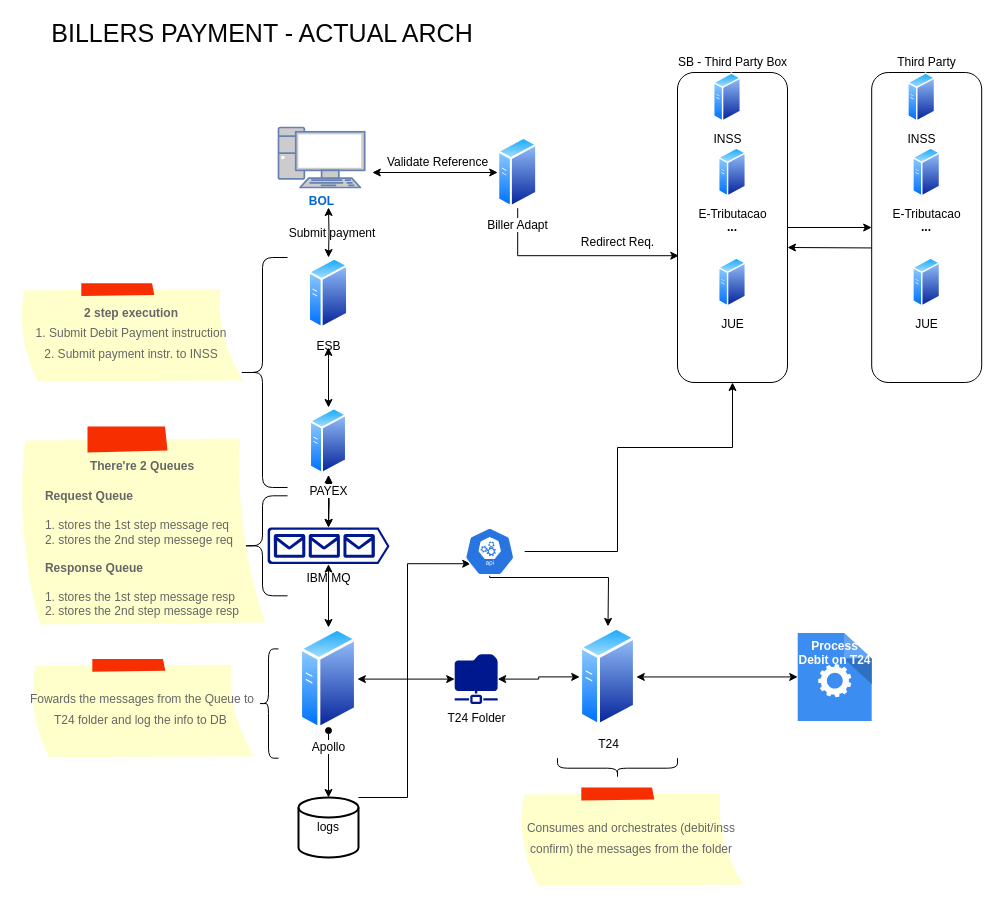
This is page "Actual Arch" (1 of 2) of Untitled Diagram.drawio from Klaucio/aula, a draw.io file, before an edit. Source tidied: cells renumbered, new cells numbered last; positions are measured from the earlier drawing's top-left corner, leaving out a move shared by most shapes. Both pictures are drawn from the tidied source at 100%, with x=0, y=0 at pixel (17, 17).
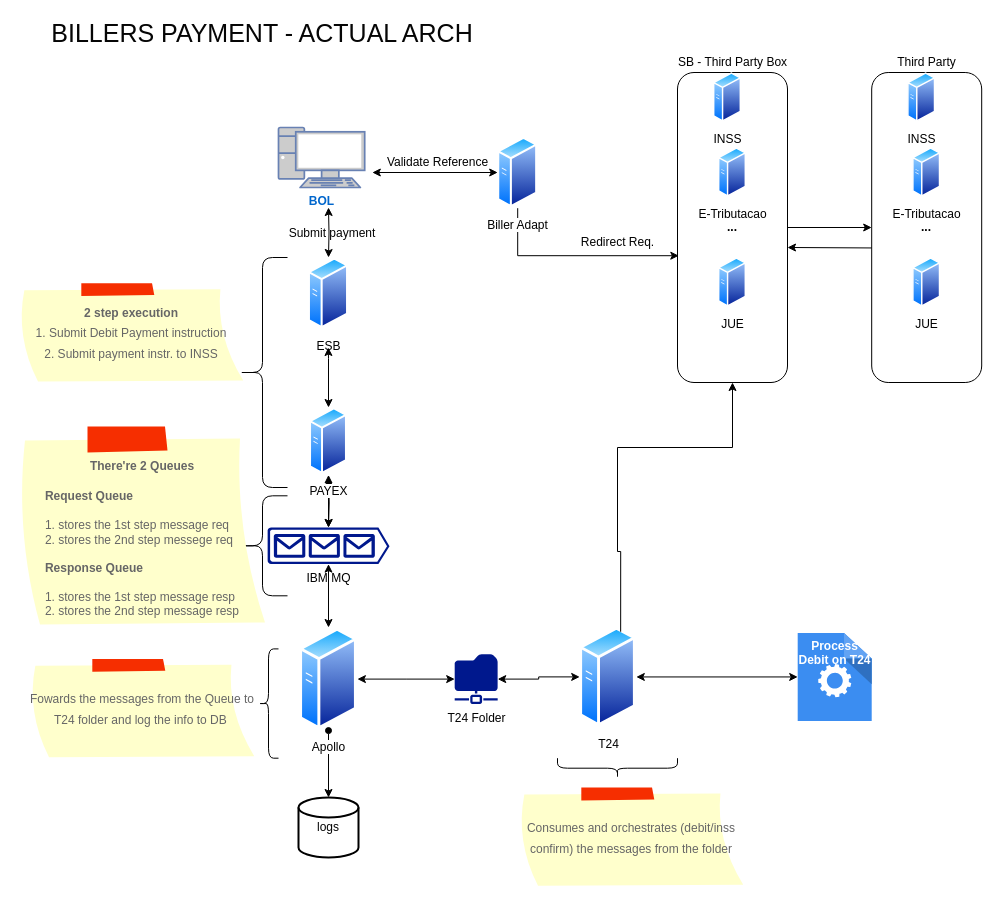
The same diagram, later.

Unchanged cells that the change refers to:
```xml
<mxCell id="3" value="&lt;b&gt;...&lt;/b&gt;" style="rounded=1;whiteSpace=wrap;html=1;" parent="1" vertex="1">
  <mxGeometry x="660" y="55" width="110" height="310" as="geometry" />
</mxCell>
<mxCell id="27" value="T24" style="perimeter=ellipsePerimeter;html=1;align=center;shadow=0;dashed=0;spacingTop=3;image;image=img/lib/active_directory/generic_server.svg;direction=east;" parent="1" vertex="1">
  <mxGeometry x="562.2" y="608.9" width="56.6" height="101.1" as="geometry" />
</mxCell>
<mxCell id="35" value="logs" style="strokeWidth=2;html=1;shape=mxgraph.flowchart.database;whiteSpace=wrap;fontSize=12;fontColor=#050505;" parent="1" vertex="1">
  <mxGeometry x="281" y="780" width="60" height="60" as="geometry" />
</mxCell>
```

Change to the diagram source:
```diff
@@
-    <mxCell id="22" style="edgeStyle=orthogonalEdgeStyle;rounded=0;jettySize=auto;html=1;entryX=0.228;entryY=0.755;entryDx=0;entryDy=0;entryPerimeter=0;" parent="1" edge="1" source="35" target="50">
-      <mxGeometry relative="1" as="geometry">
-        <Array as="points">
-          <mxPoint x="390" y="780" />
-          <mxPoint x="390" y="546" />
-        </Array>
-      </mxGeometry>
-    </mxCell>
@@
-    <mxCell id="48" style="edgeStyle=orthogonalEdgeStyle;rounded=0;jettySize=auto;html=1;" parent="1" edge="1" source="50" target="3">
+    <mxCell id="48" style="edgeStyle=orthogonalEdgeStyle;rounded=0;jettySize=auto;html=1;exitX=0.75;exitY=0;exitDx=0;exitDy=0;" parent="1" edge="1" source="27" target="3">
       <mxGeometry relative="1" as="geometry">
         <Array as="points">
+          <mxPoint x="603" y="534" />
           <mxPoint x="600" y="534" />
           <mxPoint x="600" y="430" />
           <mxPoint x="715" y="430" />
         </Array>
       </mxGeometry>
     </mxCell>
-    <mxCell id="49" style="edgeStyle=orthogonalEdgeStyle;rounded=0;jettySize=auto;html=1;" parent="1" edge="1" source="50" target="27">
-      <mxGeometry relative="1" as="geometry">
-        <Array as="points">
-          <mxPoint x="472" y="560" />
-          <mxPoint x="591" y="560" />
-        </Array>
-      </mxGeometry>
-    </mxCell>
-    <mxCell id="50" style="sketch=0;html=1;dashed=0;whitespace=wrap;fillColor=#2875E2;strokeColor=#ffffff;points=[[0.005,0.63,0],[0.1,0.2,0],[0.9,0.2,0],[0.5,0,0],[0.995,0.63,0],[0.72,0.99,0],[0.5,1,0],[0.28,0.99,0]];verticalLabelPosition=bottom;align=center;verticalAlign=top;shape=mxgraph.kubernetes.icon;prIcon=api;" parent="1" vertex="1">
-      <mxGeometry x="437.2" y="510" width="70" height="48" as="geometry" />
-    </mxCell>
```
